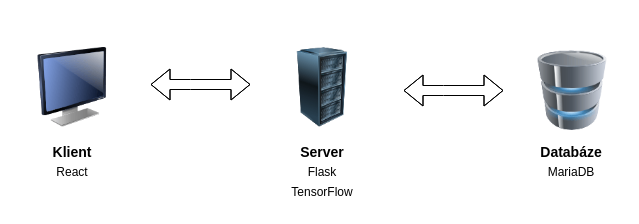
Above: doc/server_klient.drawio in PetrsGamers/bachelor_thesis_bank_trans_app (draw.io), before the change. Source tidied: cells renumbered, new cells numbered last; positions are measured from the earlier drawing's top-left corner, leaving out a move shared by most shapes. Both pictures are drawn from the tidied source at 100%, with x=0, y=0 at pixel (32, 47).
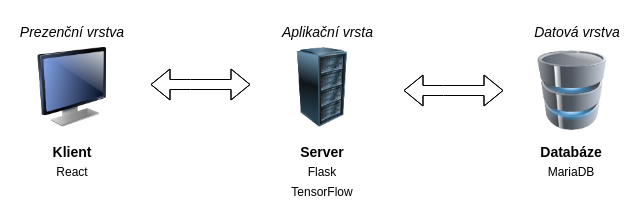
The same page after the edit.

What changed in the source:
```diff
@@
+    <mxCell id="14" value="&lt;font style=&quot;font-size: 14px;&quot;&gt;&lt;i&gt;Prezenční vrstva&lt;/i&gt;&lt;/font&gt;" style="text;html=1;strokeColor=none;fillColor=none;align=center;verticalAlign=middle;whiteSpace=wrap;rounded=0;" parent="1" vertex="1">
+      <mxGeometry x="-15" y="-30" width="110" height="30" as="geometry" />
+    </mxCell>
+    <mxCell id="15" value="&lt;font style=&quot;font-size: 14px;&quot;&gt;&lt;i&gt;Aplikační vrsta&lt;/i&gt;&lt;/font&gt;" style="text;html=1;strokeColor=none;fillColor=none;align=center;verticalAlign=middle;whiteSpace=wrap;rounded=0;" parent="1" vertex="1">
+      <mxGeometry x="248" y="-30" width="95" height="30" as="geometry" />
+    </mxCell>
+    <mxCell id="16" value="&lt;span style=&quot;font-size: 14px;&quot;&gt;&lt;i&gt;Datová vrstva&lt;/i&gt;&lt;/span&gt;" style="text;html=1;strokeColor=none;fillColor=none;align=center;verticalAlign=middle;whiteSpace=wrap;rounded=0;" parent="1" vertex="1">
+      <mxGeometry x="500" y="-30" width="90" height="30" as="geometry" />
+    </mxCell>
```
